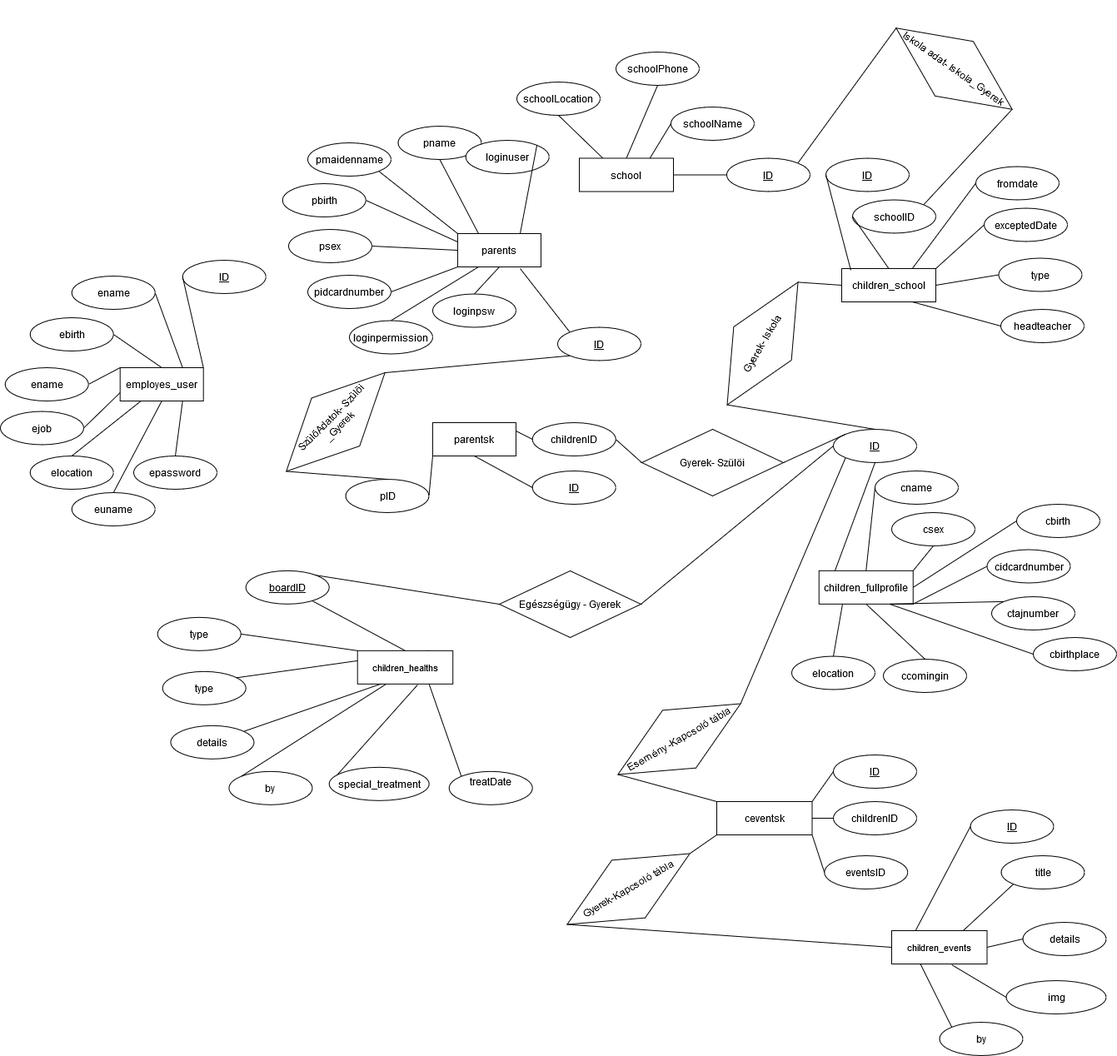
Earlier version of the draw.io export Zaró dolgozat/E-K Diagram.png (UnicornsLover/Szakdolgozat2020). Source tidied: cells renumbered, new cells last; positions are measured from the earlier drawing's top-left corner, leaving out a move shared by most shapes.
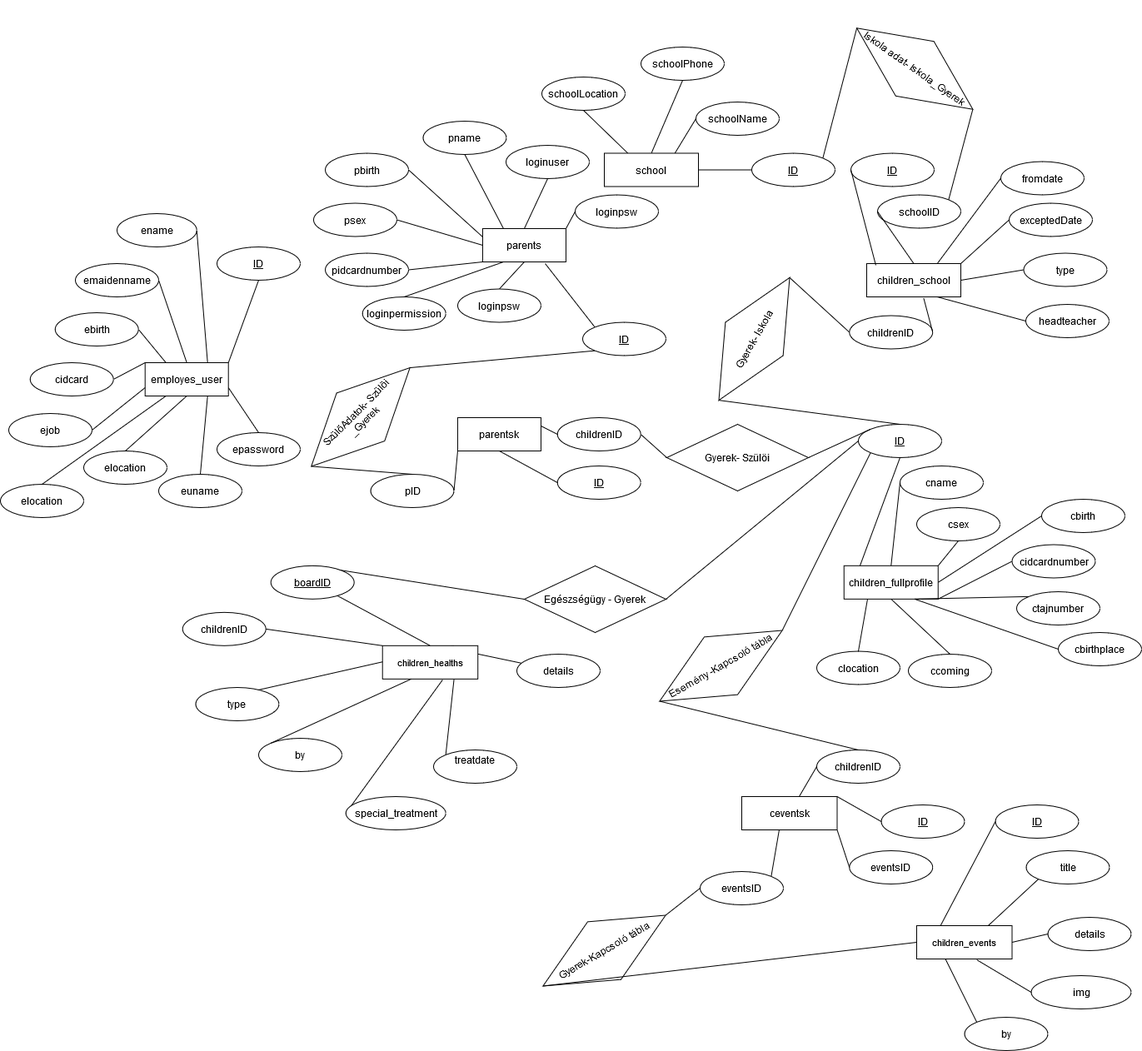
The same file after the commit.

What changed in the source:
```diff
@@ -8,5 +8,5 @@
     <mxCell id="3" value="ID" style="ellipse;whiteSpace=wrap;html=1;align=center;fontStyle=4;" parent="1" vertex="1">
-      <mxGeometry x="218.7" y="270" width="100" height="40" as="geometry" />
+      <mxGeometry x="230" y="260" width="100" height="40" as="geometry" />
     </mxCell>
-    <mxCell id="4" style="endArrow=none;html=1;rounded=0;exitX=0;exitY=0.5;exitDx=0;exitDy=0;entryX=1;entryY=0;entryDx=0;entryDy=0;" parent="1" edge="1" source="3" target="2">
+    <mxCell id="4" style="endArrow=none;html=1;rounded=0;exitX=0.5;exitY=1;exitDx=0;exitDy=0;entryX=1;entryY=0;entryDx=0;entryDy=0;" parent="1" edge="1" source="3" target="2">
       <mxGeometry relative="1" as="geometry" />
@@ -16,3 +16,3 @@
     </mxCell>
-    <mxCell id="6" value="&lt;div&gt;ename&lt;/div&gt;" style="ellipse;whiteSpace=wrap;html=1;align=center;" parent="1" vertex="1">
+    <mxCell id="6" value="&lt;div&gt;cidcard&lt;/div&gt;" style="ellipse;whiteSpace=wrap;html=1;align=center;" parent="1" vertex="1">
       <mxGeometry x="5.7" y="399" width="100" height="40" as="geometry" />
@@ -22,3 +22,3 @@
     </mxCell>
-    <mxCell id="8" style="endArrow=none;html=1;rounded=0;exitX=1;exitY=0.5;exitDx=0;exitDy=0;entryX=0.5;entryY=0;entryDx=0;entryDy=0;" parent="1" edge="1" source="7" target="2">
+    <mxCell id="8" style="endArrow=none;html=1;rounded=0;exitX=1;exitY=0.5;exitDx=0;exitDy=0;entryX=0.25;entryY=0;entryDx=0;entryDy=0;" parent="1" edge="1" source="7" target="2">
       <mxGeometry relative="1" as="geometry" />
@@ -26,3 +26,3 @@
     <mxCell id="9" value="ename" style="ellipse;whiteSpace=wrap;html=1;align=center;" parent="1" vertex="1">
-      <mxGeometry x="85.7" y="289" width="100" height="40" as="geometry" />
+      <mxGeometry x="110" y="220" width="95.7" height="40" as="geometry" />
     </mxCell>
@@ -32,3 +32,3 @@
     <mxCell id="11" value="ejob" style="ellipse;whiteSpace=wrap;html=1;align=center;" parent="1" vertex="1">
-      <mxGeometry y="451.5" width="100" height="40" as="geometry" />
+      <mxGeometry x="-20" y="460" width="100" height="40" as="geometry" />
     </mxCell>
@@ -70,3 +70,3 @@
     </mxCell>
-    <mxCell id="24" value="&lt;div&gt;ccomingin&lt;/div&gt;" style="ellipse;whiteSpace=wrap;html=1;align=center;" parent="1" vertex="1">
+    <mxCell id="24" value="&lt;div&gt;ccoming&lt;/div&gt;" style="ellipse;whiteSpace=wrap;html=1;align=center;" parent="1" vertex="1">
       <mxGeometry x="1060" y="749" width="100" height="40" as="geometry" />
@@ -80,6 +80,6 @@
     <mxCell id="27" value="type" style="ellipse;whiteSpace=wrap;html=1;align=center;" parent="1" vertex="1">
-      <mxGeometry x="194.7" y="763.8" width="100" height="40" as="geometry" />
+      <mxGeometry x="204.4" y="789" width="100" height="40" as="geometry" />
     </mxCell>
     <mxCell id="28" value="details" style="ellipse;whiteSpace=wrap;html=1;align=center;" parent="1" vertex="1">
-      <mxGeometry x="204.4" y="828.8" width="100" height="40" as="geometry" />
+      <mxGeometry x="590" y="749" width="100" height="40" as="geometry" />
     </mxCell>
@@ -98,6 +98,6 @@
     <mxCell id="33" value="special_treatment" style="ellipse;whiteSpace=wrap;html=1;align=center;" parent="1" vertex="1">
-      <mxGeometry x="394.7" y="878.8" width="120" height="40" as="geometry" />
+      <mxGeometry x="384.7" y="920" width="120" height="40" as="geometry" />
     </mxCell>
     <mxCell id="34" value="by" style="ellipse;whiteSpace=wrap;html=1;align=center;" parent="1" vertex="1">
-      <mxGeometry x="274.4" y="883.8" width="100" height="40" as="geometry" />
+      <mxGeometry x="280" y="850" width="100" height="40" as="geometry" />
     </mxCell>
@@ -150,3 +150,3 @@
     <mxCell id="49" value="pbirth" style="ellipse;whiteSpace=wrap;html=1;align=center;" parent="1" vertex="1">
-      <mxGeometry x="338.7" y="178" width="100" height="40" as="geometry" />
+      <mxGeometry x="360" y="147.5" width="100" height="40" as="geometry" />
     </mxCell>
@@ -167,3 +167,3 @@
     <mxCell id="54" value="psex" style="ellipse;whiteSpace=wrap;html=1;align=center;" parent="1" vertex="1">
-      <mxGeometry x="346" y="233" width="100" height="40" as="geometry" />
+      <mxGeometry x="346" y="207.5" width="100" height="40" as="geometry" />
     </mxCell>
@@ -172,8 +172,2 @@
     </mxCell>
-    <mxCell id="56" value="pmaidenname" style="ellipse;whiteSpace=wrap;html=1;align=center;" parent="1" vertex="1">
-      <mxGeometry x="369" y="129" width="100" height="40" as="geometry" />
-    </mxCell>
-    <mxCell id="57" style="endArrow=none;html=1;rounded=0;entryX=1;entryY=1;entryDx=0;entryDy=0;exitX=0;exitY=0;exitDx=0;exitDy=0;" parent="1" edge="1" source="47" target="56">
-      <mxGeometry relative="1" as="geometry" />
-    </mxCell>
     <mxCell id="58" value="ctajnumber" style="ellipse;whiteSpace=wrap;html=1;align=center;" parent="1" vertex="1">
@@ -185,9 +179,9 @@
     <mxCell id="60" value="loginpermission" style="ellipse;whiteSpace=wrap;html=1;align=center;" parent="1" vertex="1">
-      <mxGeometry x="419" y="342.5" width="100" height="40" as="geometry" />
+      <mxGeometry x="404.7" y="320" width="100" height="40" as="geometry" />
     </mxCell>
     <mxCell id="61" value="pidcardnumber" style="ellipse;whiteSpace=wrap;html=1;align=center;" parent="1" vertex="1">
-      <mxGeometry x="369" y="288" width="100" height="40" as="geometry" />
+      <mxGeometry x="360" y="267.5" width="100" height="40" as="geometry" />
     </mxCell>
     <mxCell id="62" value="loginuser" style="ellipse;whiteSpace=wrap;html=1;align=center;" parent="1" vertex="1">
-      <mxGeometry x="558.7" y="126" width="100" height="40" as="geometry" />
+      <mxGeometry x="577" y="138" width="100" height="40" as="geometry" />
     </mxCell>
@@ -202,3 +196,3 @@
     </mxCell>
-    <mxCell id="66" style="endArrow=none;html=1;rounded=0;entryX=1;entryY=0;entryDx=0;entryDy=0;exitX=0.75;exitY=0;exitDx=0;exitDy=0;" parent="1" edge="1" source="47" target="62">
+    <mxCell id="66" style="endArrow=none;html=1;rounded=0;entryX=0.5;entryY=1;entryDx=0;entryDy=0;exitX=0.5;exitY=0;exitDx=0;exitDy=0;" parent="1" edge="1" source="47" target="62">
       <mxGeometry relative="1" as="geometry" />
@@ -221,3 +215,3 @@
     <mxCell id="72" value="ID" style="ellipse;whiteSpace=wrap;html=1;align=center;fontStyle=4;" parent="1" vertex="1">
-      <mxGeometry x="1000" y="864" width="100" height="40" as="geometry" />
+      <mxGeometry x="1027.5" y="930" width="100" height="40" as="geometry" />
     </mxCell>
@@ -227,3 +221,3 @@
     <mxCell id="74" value="childrenID" style="ellipse;whiteSpace=wrap;html=1;align=center;" parent="1" vertex="1">
-      <mxGeometry x="1000" y="920" width="100" height="40" as="geometry" />
+      <mxGeometry x="950" y="864" width="100" height="40" as="geometry" />
     </mxCell>
@@ -232,3 +226,3 @@
     </mxCell>
-    <mxCell id="76" style="endArrow=none;html=1;rounded=0;entryX=0;entryY=0.5;entryDx=0;entryDy=0;exitX=1;exitY=0.5;exitDx=0;exitDy=0;" parent="1" edge="1" source="71" target="74">
+    <mxCell id="76" style="endArrow=none;html=1;rounded=0;entryX=0;entryY=0.5;entryDx=0;entryDy=0;" parent="1" edge="1" source="71" target="74">
       <mxGeometry relative="1" as="geometry" />
@@ -239,5 +233,5 @@
     <mxCell id="78" value="Esemény -Kapcsoló tábla" style="shape=rhombus;perimeter=rhombusPerimeter;whiteSpace=wrap;html=1;align=center;rotation=-30;" parent="1" vertex="1">
-      <mxGeometry x="730" y="805" width="170" height="80" as="geometry" />
+      <mxGeometry x="750" y="723" width="170" height="80" as="geometry" />
     </mxCell>
-    <mxCell id="79" style="endArrow=none;html=1;rounded=0;exitX=0;exitY=0;exitDx=0;exitDy=0;entryX=0;entryY=0.5;entryDx=0;entryDy=0;" parent="1" edge="1" source="71" target="78">
+    <mxCell id="79" style="endArrow=none;html=1;rounded=0;entryX=0;entryY=0.5;entryDx=0;entryDy=0;exitX=0.5;exitY=0;exitDx=0;exitDy=0;" parent="1" edge="1" source="74" target="78">
       <mxGeometry relative="1" as="geometry" />
@@ -248,5 +242,5 @@
     <mxCell id="81" value="Gyerek-Kapcsoló tábla" style="shape=rhombus;perimeter=rhombusPerimeter;whiteSpace=wrap;html=1;align=center;rotation=-30;" parent="1" vertex="1">
-      <mxGeometry x="669" y="985" width="170" height="80" as="geometry" />
+      <mxGeometry x="610" y="1065" width="170" height="80" as="geometry" />
     </mxCell>
-    <mxCell id="82" style="endArrow=none;html=1;rounded=0;exitX=0;exitY=1;exitDx=0;exitDy=0;entryX=1;entryY=0.5;entryDx=0;entryDy=0;" parent="1" edge="1" source="71" target="81">
+    <mxCell id="82" style="endArrow=none;html=1;rounded=0;entryX=1;entryY=0.5;entryDx=0;entryDy=0;exitX=0;exitY=0.5;exitDx=0;exitDy=0;" parent="1" edge="1" source="149" target="81">
       <mxGeometry relative="1" as="geometry" />
@@ -263,3 +257,3 @@
     <mxCell id="86" value="elocation" style="ellipse;whiteSpace=wrap;html=1;align=center;" parent="1" vertex="1">
-      <mxGeometry x="35.7" y="505" width="100" height="40" as="geometry" />
+      <mxGeometry x="-30" y="545" width="100" height="40" as="geometry" />
     </mxCell>
@@ -269,5 +263,5 @@
     <mxCell id="88" value="euname" style="ellipse;whiteSpace=wrap;html=1;align=center;" parent="1" vertex="1">
-      <mxGeometry x="85.7" y="549" width="100" height="40" as="geometry" />
+      <mxGeometry x="160" y="533" width="100" height="40" as="geometry" />
     </mxCell>
-    <mxCell id="89" style="endArrow=none;html=1;rounded=0;entryX=0.5;entryY=1;entryDx=0;entryDy=0;exitX=0.5;exitY=0;exitDx=0;exitDy=0;" parent="1" edge="1" source="88" target="2">
+    <mxCell id="89" style="endArrow=none;html=1;rounded=0;entryX=0.75;entryY=1;entryDx=0;entryDy=0;exitX=0.5;exitY=0;exitDx=0;exitDy=0;" parent="1" edge="1" source="88" target="2">
       <mxGeometry relative="1" as="geometry" />
@@ -275,5 +269,5 @@
     <mxCell id="90" value="epassword" style="ellipse;whiteSpace=wrap;html=1;align=center;" parent="1" vertex="1">
-      <mxGeometry x="160" y="505" width="100" height="40" as="geometry" />
+      <mxGeometry x="230" y="483" width="100" height="40" as="geometry" />
     </mxCell>
-    <mxCell id="91" style="endArrow=none;html=1;rounded=0;entryX=0.75;entryY=1;entryDx=0;entryDy=0;exitX=0.5;exitY=0;exitDx=0;exitDy=0;" parent="1" edge="1" source="90" target="2">
+    <mxCell id="91" style="endArrow=none;html=1;rounded=0;entryX=1;entryY=0.75;entryDx=0;entryDy=0;exitX=0.5;exitY=0;exitDx=0;exitDy=0;" parent="1" edge="1" source="90" target="2">
       <mxGeometry relative="1" as="geometry" />
@@ -292,3 +286,3 @@
     </mxCell>
-    <mxCell id="95" value="elocation" style="ellipse;whiteSpace=wrap;html=1;align=center;" parent="1" vertex="1">
+    <mxCell id="95" value="clocation" style="ellipse;whiteSpace=wrap;html=1;align=center;" parent="1" vertex="1">
       <mxGeometry x="950" y="745.5" width="100" height="40" as="geometry" />
@@ -341,3 +335,3 @@
     <mxCell id="111" value="&lt;div&gt;Gyerek- Iskola&lt;br&gt;&lt;/div&gt;" style="shape=rhombus;perimeter=rhombusPerimeter;whiteSpace=wrap;html=1;align=center;rotation=-60;" parent="1" vertex="1">
-      <mxGeometry x="830" y="330" width="170" height="80" as="geometry" />
+      <mxGeometry x="790" y="330.5" width="170" height="80" as="geometry" />
     </mxCell>
@@ -370,3 +364,3 @@
     </mxCell>
-    <mxCell id="121" style="endArrow=none;html=1;rounded=0;entryX=0;entryY=0.5;entryDx=0;entryDy=0;exitX=1;exitY=0.5;exitDx=0;exitDy=0;" parent="1" edge="1" source="111" target="97">
+    <mxCell id="121" style="endArrow=none;html=1;rounded=0;exitX=1;exitY=0.5;exitDx=0;exitDy=0;entryX=0;entryY=0.5;entryDx=0;entryDy=0;" parent="1" edge="1" source="111" target="141">
       <mxGeometry relative="1" as="geometry" />
@@ -377,3 +371,3 @@
     <mxCell id="123" value="&lt;div&gt;Iskola adat- Iskola_Gyerek&lt;br&gt;&lt;/div&gt;" style="shape=rhombus;perimeter=rhombusPerimeter;whiteSpace=wrap;html=1;align=center;rotation=35;" parent="1" vertex="1">
-      <mxGeometry x="1060" width="170" height="80" as="geometry" />
+      <mxGeometry x="982.8" y="6" width="170" height="80" as="geometry" />
     </mxCell>
@@ -418,4 +412,4 @@
     </mxCell>
-    <mxCell id="137" value="&lt;div&gt;treatDate&lt;/div&gt;&lt;div&gt;&lt;br&gt;&lt;/div&gt;" style="ellipse;whiteSpace=wrap;html=1;align=center;" parent="1" vertex="1">
-      <mxGeometry x="538.7" y="883.8" width="100" height="40" as="geometry" />
+    <mxCell id="137" value="&lt;div&gt;treatdate&lt;/div&gt;&lt;div&gt;&lt;br&gt;&lt;/div&gt;" style="ellipse;whiteSpace=wrap;html=1;align=center;" parent="1" vertex="1">
+      <mxGeometry x="490" y="864" width="100" height="40" as="geometry" />
     </mxCell>
@@ -424,3 +418,3 @@
     </mxCell>
-    <mxCell id="139" value="type" style="ellipse;whiteSpace=wrap;html=1;align=center;" parent="1" vertex="1">
+    <mxCell id="139" value="childrenID" style="ellipse;whiteSpace=wrap;html=1;align=center;" parent="1" vertex="1">
       <mxGeometry x="188.7" y="698.8" width="100" height="40" as="geometry" />
@@ -430,2 +424,32 @@
     </mxCell>
+    <mxCell id="141" value="&lt;div&gt;childrenID&lt;/div&gt;" style="ellipse;whiteSpace=wrap;html=1;align=center;" parent="1" vertex="1">
+      <mxGeometry x="989.2" y="342.5" width="100" height="40" as="geometry" />
+    </mxCell>
+    <mxCell id="142" style="endArrow=none;html=1;rounded=0;entryX=0.605;entryY=1.033;entryDx=0;entryDy=0;exitX=1;exitY=0.5;exitDx=0;exitDy=0;entryPerimeter=0;" parent="1" edge="1" source="141" target="97">
+      <mxGeometry relative="1" as="geometry" />
+    </mxCell>
+    <mxCell id="143" value="loginpsw" style="ellipse;whiteSpace=wrap;html=1;align=center;" parent="1" vertex="1">
+      <mxGeometry x="660" y="197.5" width="100" height="40" as="geometry" />
+    </mxCell>
+    <mxCell id="144" style="endArrow=none;html=1;rounded=0;entryX=0;entryY=0.5;entryDx=0;entryDy=0;exitX=1;exitY=0;exitDx=0;exitDy=0;" parent="1" edge="1" source="47" target="143">
+      <mxGeometry relative="1" as="geometry" />
+    </mxCell>
+    <mxCell id="145" value="emaidenname" style="ellipse;whiteSpace=wrap;html=1;align=center;" parent="1" vertex="1">
+      <mxGeometry x="60" y="280" width="100" height="40" as="geometry" />
+    </mxCell>
+    <mxCell id="146" style="endArrow=none;html=1;rounded=0;entryX=1;entryY=0.5;entryDx=0;entryDy=0;exitX=0.5;exitY=0;exitDx=0;exitDy=0;" parent="1" edge="1" source="2" target="145">
+      <mxGeometry relative="1" as="geometry" />
+    </mxCell>
+    <mxCell id="147" value="elocation" style="ellipse;whiteSpace=wrap;html=1;align=center;" parent="1" vertex="1">
+      <mxGeometry x="70" y="505" width="100" height="40" as="geometry" />
+    </mxCell>
+    <mxCell id="148" style="endArrow=none;html=1;rounded=0;entryX=0.5;entryY=1;entryDx=0;entryDy=0;exitX=0.5;exitY=0;exitDx=0;exitDy=0;" parent="1" edge="1" source="147" target="2">
+      <mxGeometry relative="1" as="geometry" />
+    </mxCell>
+    <mxCell id="149" value="eventsID" style="ellipse;whiteSpace=wrap;html=1;align=center;" parent="1" vertex="1">
+      <mxGeometry x="810" y="1010" width="100" height="40" as="geometry" />
+    </mxCell>
+    <mxCell id="150" style="endArrow=none;html=1;rounded=0;entryX=1;entryY=0;entryDx=0;entryDy=0;exitX=0.393;exitY=0.992;exitDx=0;exitDy=0;exitPerimeter=0;" parent="1" edge="1" source="71" target="149">
+      <mxGeometry relative="1" as="geometry" />
+    </mxCell>
   </root>
```
